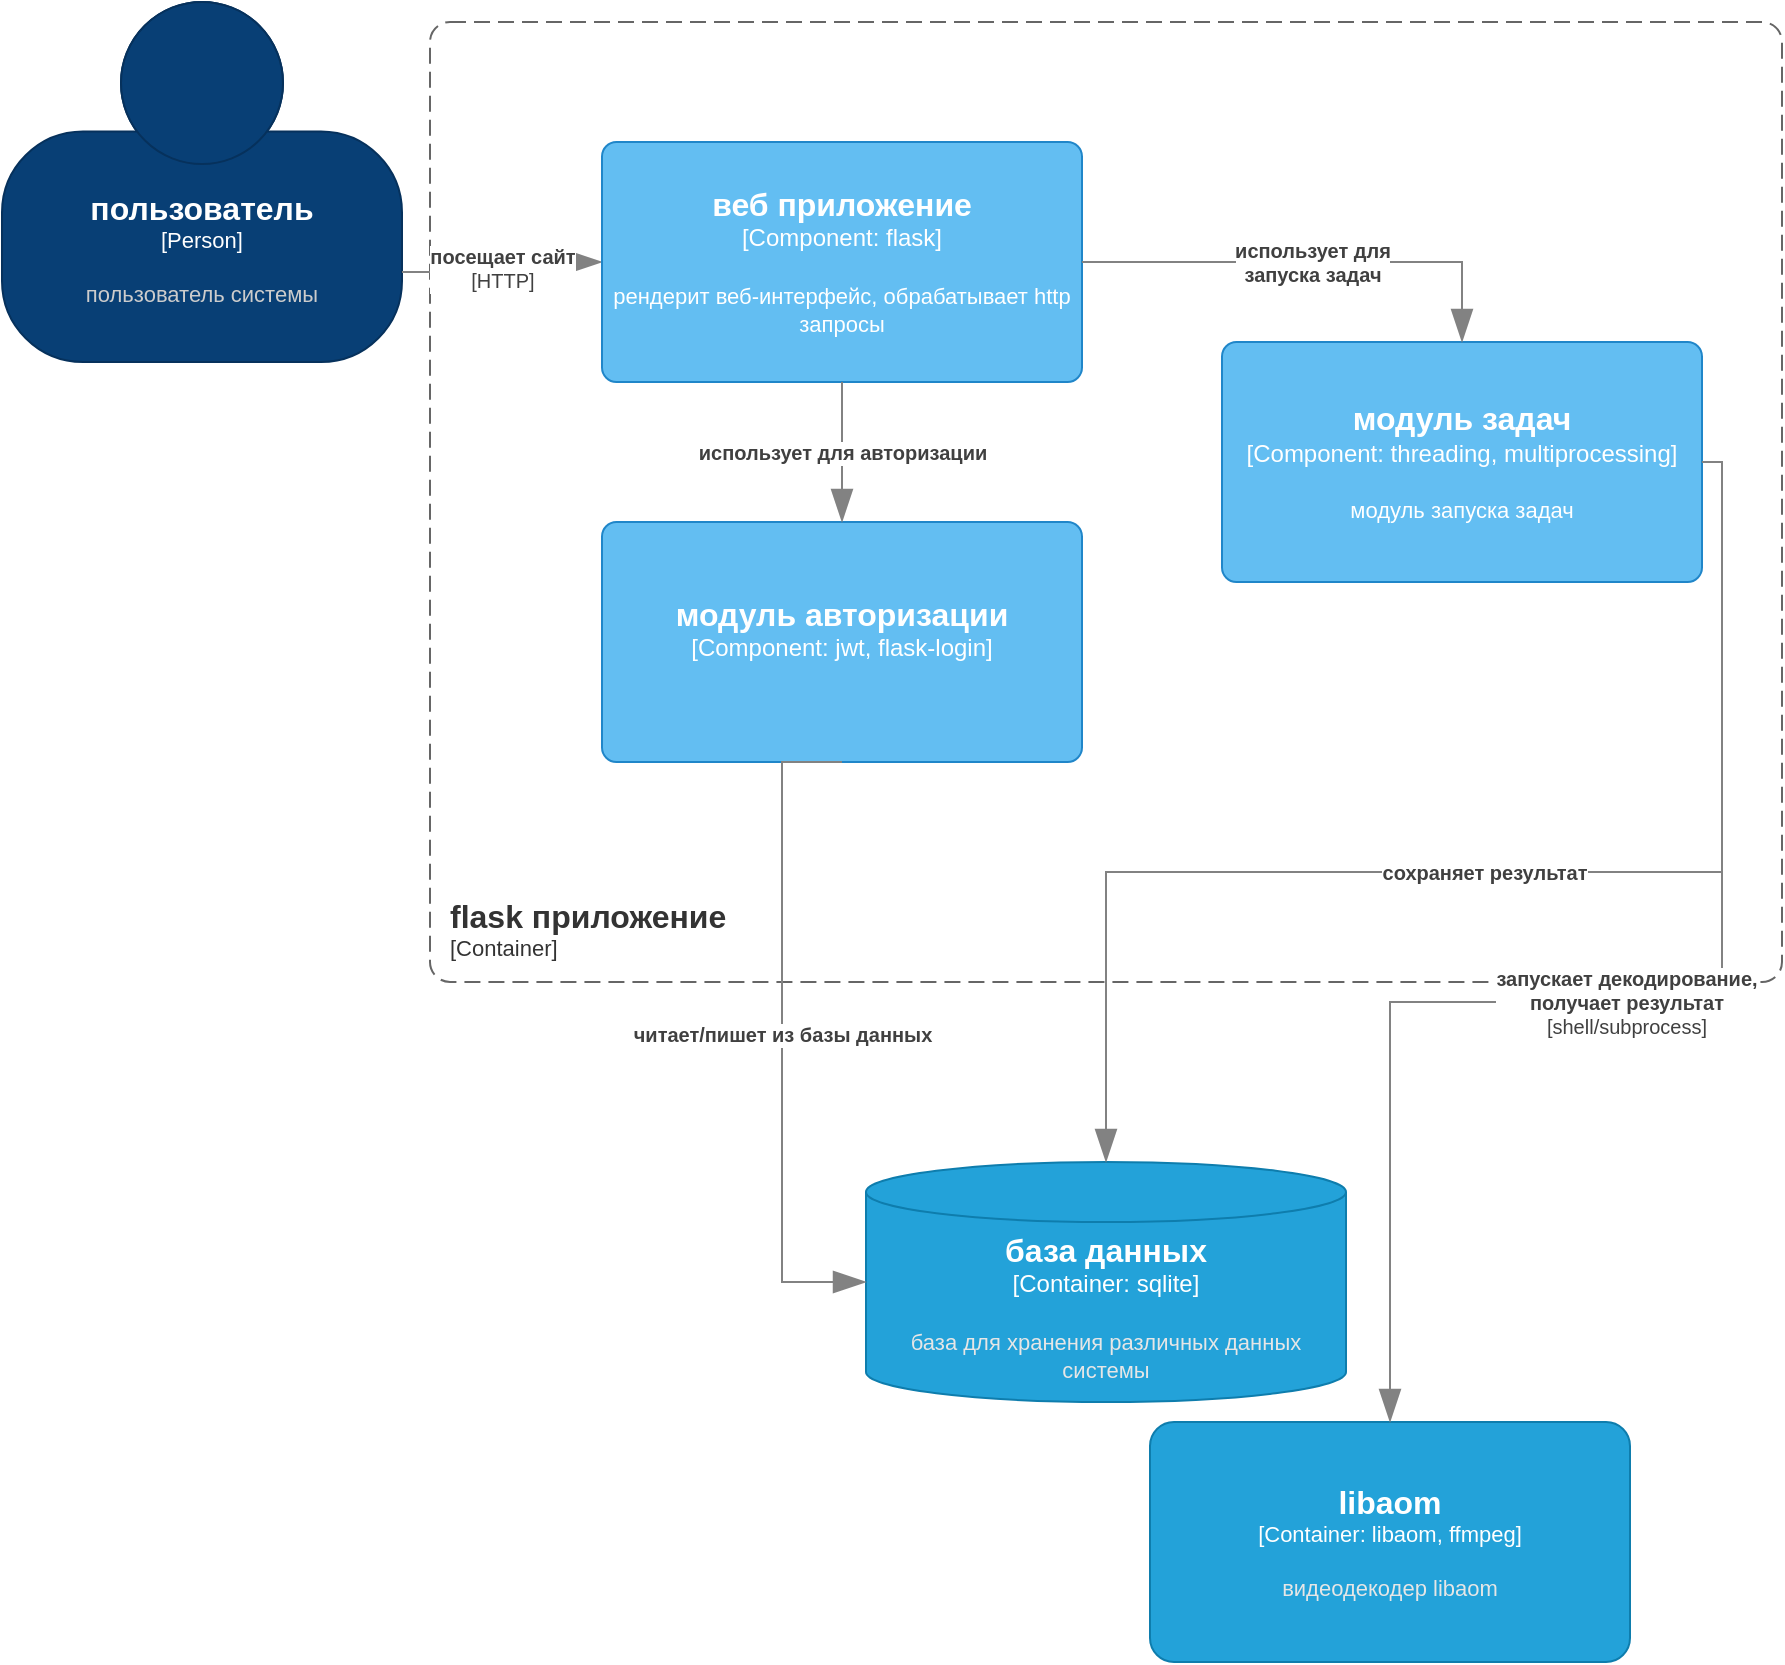
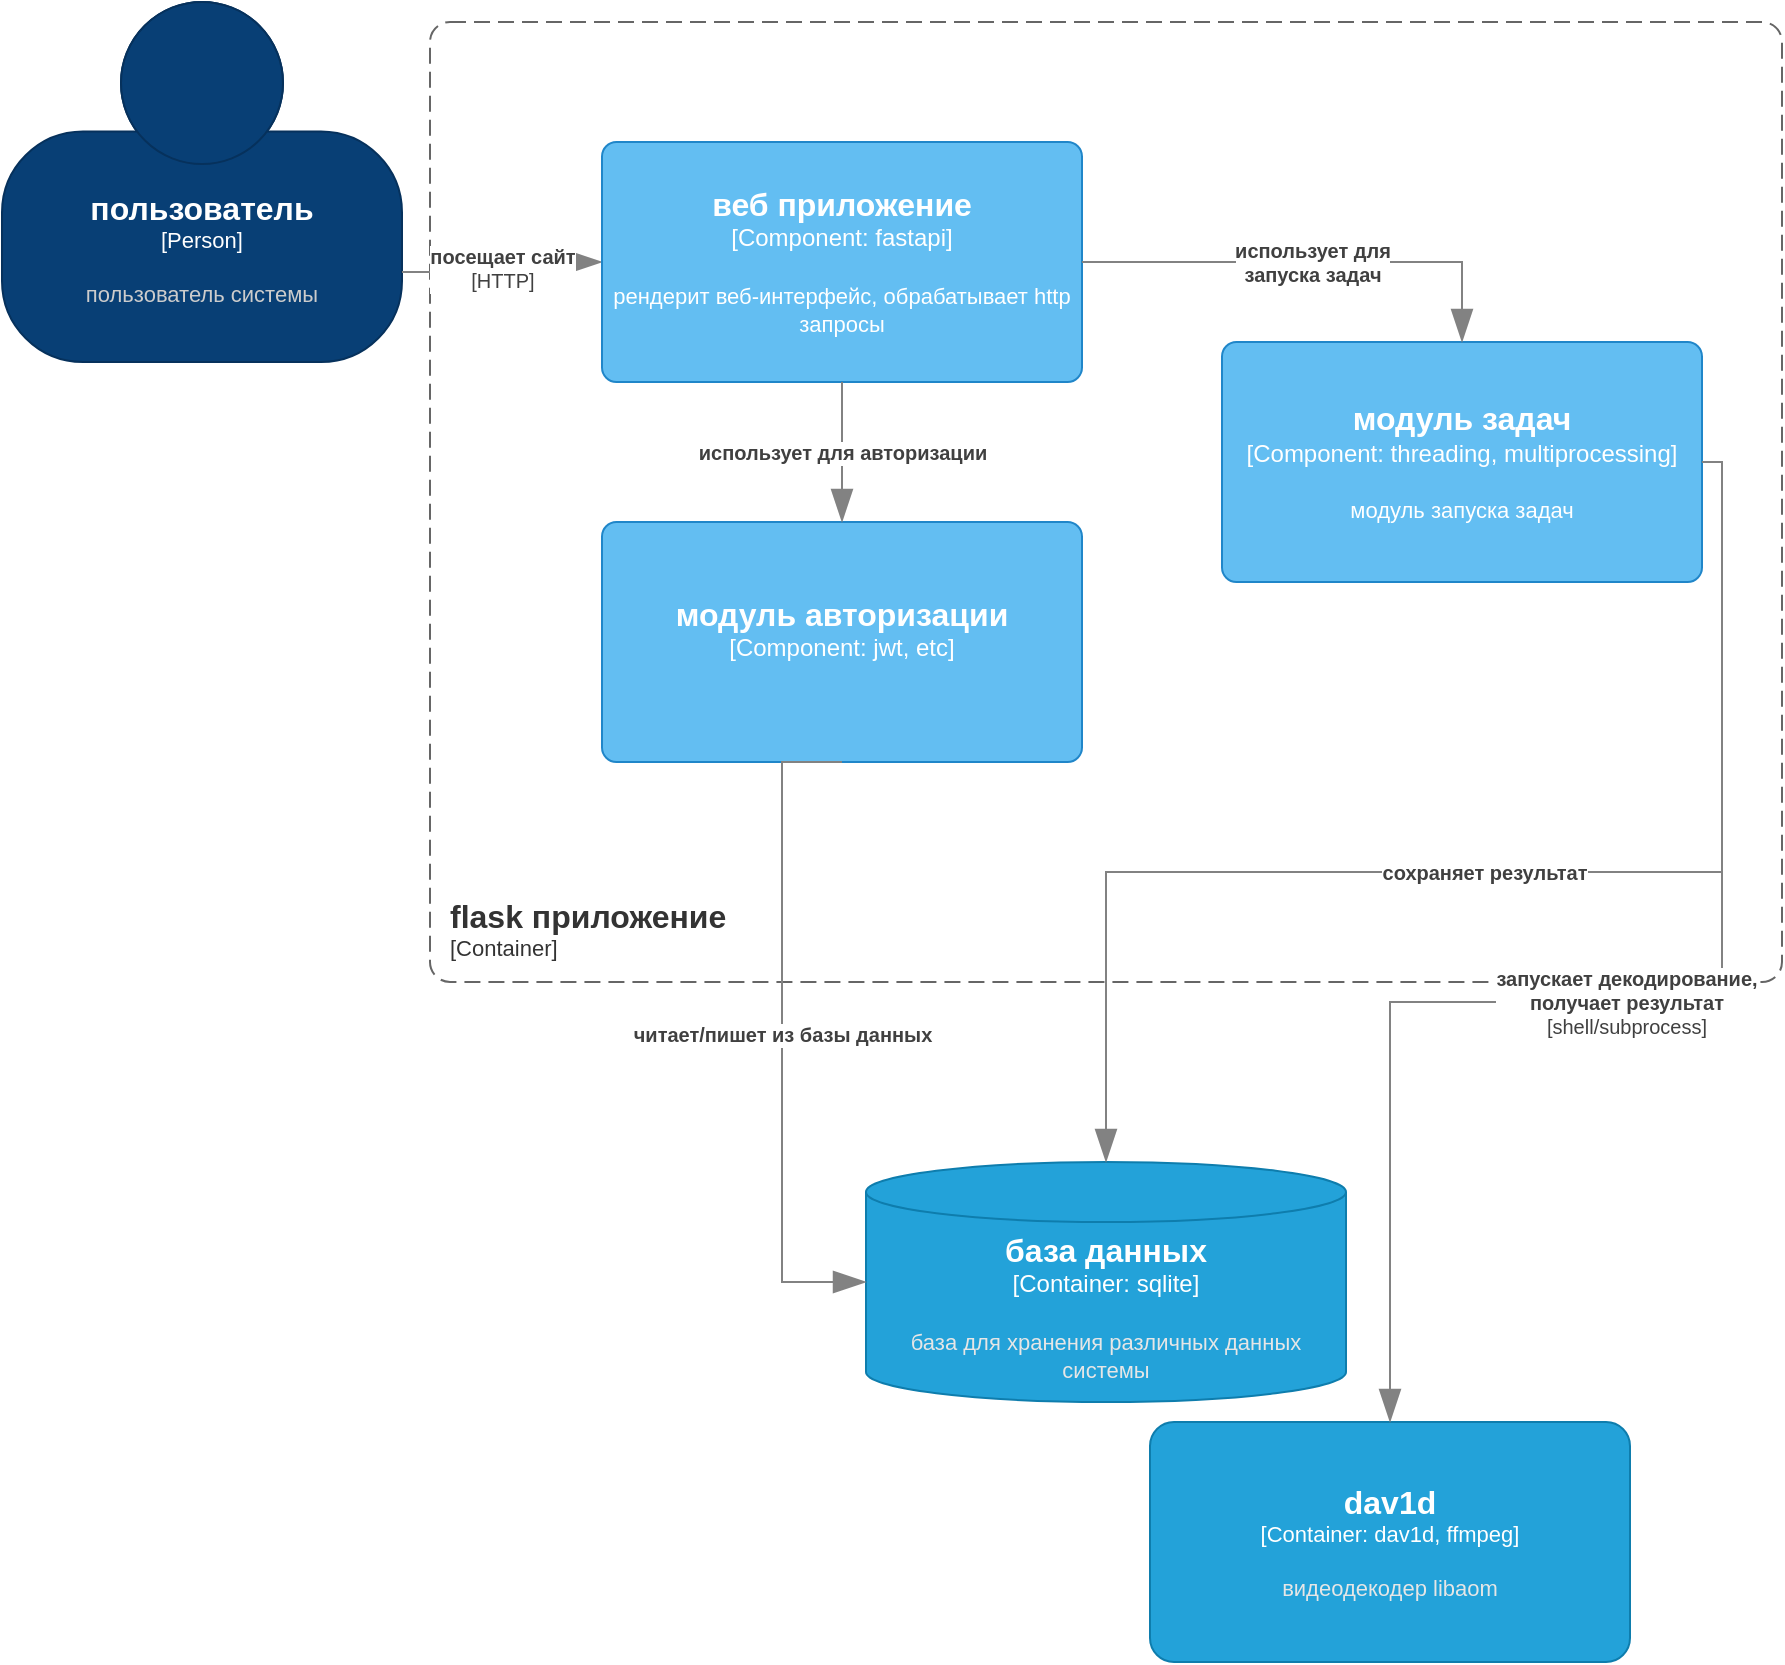
- <mxfile host="app.diagrams.net" agent="Mozilla/5.0 (Windows NT 10.0; Win64; x64) AppleWebKit/537.36 (KHTML, like Gecko) Chrome/145.0.0.0 Safari/537.36" version="29.3.4">
+ <mxfile host="app.diagrams.net" agent="Mozilla/5.0 (Windows NT 10.0; Win64; x64) AppleWebKit/537.36 (KHTML, like Gecko) Chrome/147.0.0.0 Safari/537.36" version="29.6.6">
  <diagram name="Страница-1" id="lh1dXVC356xB1uO-R6Ya">
-     <mxGraphModel dx="1351" dy="816" grid="1" gridSize="10" guides="1" tooltips="1" connect="1" arrows="1" fold="1" page="1" pageScale="1" pageWidth="827" pageHeight="1169" math="0" shadow="0">
+     <mxGraphModel dx="1678" dy="884" grid="1" gridSize="10" guides="1" tooltips="1" connect="1" arrows="1" fold="1" page="1" pageScale="1" pageWidth="827" pageHeight="1169" math="0" shadow="0">
      <root>
        <mxCell id="0" />
        <mxCell id="1" parent="0" />
        <object placeholders="1" c4Name="пользователь" c4Type="Person" c4Description="пользователь системы" label="&lt;font style=&quot;font-size: 16px&quot;&gt;&lt;b&gt;%c4Name%&lt;/b&gt;&lt;/font&gt;&lt;div&gt;[%c4Type%]&lt;/div&gt;&lt;br&gt;&lt;div&gt;&lt;font style=&quot;font-size: 11px&quot;&gt;&lt;font color=&quot;#cccccc&quot;&gt;%c4Description%&lt;/font&gt;&lt;/div&gt;" id="Dc7rgNuDn8Pa5G2e8k_j-1">
          <mxCell parent="1" style="html=1;fontSize=11;dashed=0;whiteSpace=wrap;fillColor=#083F75;strokeColor=#06315C;fontColor=#ffffff;shape=mxgraph.c4.person2;align=center;metaEdit=1;points=[[0.5,0,0],[1,0.5,0],[1,0.75,0],[0.75,1,0],[0.5,1,0],[0.25,1,0],[0,0.75,0],[0,0.5,0]];resizable=0;" vertex="1">
            <mxGeometry height="180" width="200" x="80" y="70" as="geometry" />
          </mxCell>
        </object>
        <object placeholders="1" c4Name="flask приложение" c4Type="ContainerScopeBoundary" c4Application="Container" label="&lt;font style=&quot;font-size: 16px&quot;&gt;&lt;b&gt;&lt;div style=&quot;text-align: left&quot;&gt;%c4Name%&lt;/div&gt;&lt;/b&gt;&lt;/font&gt;&lt;div style=&quot;text-align: left&quot;&gt;[%c4Application%]&lt;/div&gt;" id="Dc7rgNuDn8Pa5G2e8k_j-3">
          <mxCell parent="1" style="rounded=1;fontSize=11;whiteSpace=wrap;html=1;dashed=1;arcSize=20;fillColor=none;strokeColor=#666666;fontColor=#333333;labelBackgroundColor=none;align=left;verticalAlign=bottom;labelBorderColor=none;spacingTop=0;spacing=10;dashPattern=8 4;metaEdit=1;rotatable=0;perimeter=rectanglePerimeter;noLabel=0;labelPadding=0;allowArrows=0;connectable=0;expand=0;recursiveResize=0;editable=1;pointerEvents=0;absoluteArcSize=1;points=[[0.25,0,0],[0.5,0,0],[0.75,0,0],[1,0.25,0],[1,0.5,0],[1,0.75,0],[0.75,1,0],[0.5,1,0],[0.25,1,0],[0,0.75,0],[0,0.5,0],[0,0.25,0]];" vertex="1">
            <mxGeometry height="480" width="676" x="294" y="80" as="geometry" />
          </mxCell>
        </object>
        <object placeholders="1" c4Type="Relationship" c4Technology="HTTP" c4Description="посещает сайт" label="&lt;div style=&quot;text-align: left&quot;&gt;&lt;div style=&quot;text-align: center&quot;&gt;&lt;b&gt;%c4Description%&lt;/b&gt;&lt;/div&gt;&lt;div style=&quot;text-align: center&quot;&gt;[%c4Technology%]&lt;/div&gt;&lt;/div&gt;" id="Dc7rgNuDn8Pa5G2e8k_j-5">
          <mxCell edge="1" parent="1" source="Dc7rgNuDn8Pa5G2e8k_j-1" style="endArrow=blockThin;html=1;fontSize=10;fontColor=#404040;strokeWidth=1;endFill=1;strokeColor=#828282;elbow=vertical;metaEdit=1;endSize=14;startSize=14;jumpStyle=arc;jumpSize=16;rounded=0;edgeStyle=orthogonalEdgeStyle;exitX=1;exitY=0.75;exitDx=0;exitDy=0;exitPerimeter=0;entryX=0;entryY=0.5;entryDx=0;entryDy=0;entryPerimeter=0;" target="Dc7rgNuDn8Pa5G2e8k_j-6">
            <mxGeometry relative="1" width="240" as="geometry">
              <mxPoint x="530" y="300" as="sourcePoint" />
              <mxPoint x="414" y="200" as="targetPoint" />
            </mxGeometry>
          </mxCell>
        </object>
-         <object placeholders="1" c4Name="веб приложение" c4Type="Component" c4Technology="flask" c4Description="рендерит веб-интерфейс, обрабатывает http запросы" label="&lt;font style=&quot;font-size: 16px&quot;&gt;&lt;b&gt;%c4Name%&lt;/b&gt;&lt;/font&gt;&lt;div&gt;[%c4Type%: %c4Technology%]&lt;/div&gt;&lt;br&gt;&lt;div&gt;&lt;font style=&quot;font-size: 11px&quot;&gt;%c4Description%&lt;/font&gt;&lt;/div&gt;" id="Dc7rgNuDn8Pa5G2e8k_j-6">
+         <object placeholders="1" c4Name="веб приложение" c4Type="Component" c4Technology="fastapi" c4Description="рендерит веб-интерфейс, обрабатывает http запросы" label="&lt;font style=&quot;font-size: 16px&quot;&gt;&lt;b&gt;%c4Name%&lt;/b&gt;&lt;/font&gt;&lt;div&gt;[%c4Type%: %c4Technology%]&lt;/div&gt;&lt;br&gt;&lt;div&gt;&lt;font style=&quot;font-size: 11px&quot;&gt;%c4Description%&lt;/font&gt;&lt;/div&gt;" id="Dc7rgNuDn8Pa5G2e8k_j-6">
          <mxCell parent="1" style="rounded=1;whiteSpace=wrap;html=1;labelBackgroundColor=none;fillColor=#63BEF2;fontColor=#ffffff;align=center;arcSize=6;strokeColor=#2086C9;metaEdit=1;resizable=0;points=[[0.25,0,0],[0.5,0,0],[0.75,0,0],[1,0.25,0],[1,0.5,0],[1,0.75,0],[0.75,1,0],[0.5,1,0],[0.25,1,0],[0,0.75,0],[0,0.5,0],[0,0.25,0]];" vertex="1">
            <mxGeometry height="120" width="240" x="380" y="140" as="geometry" />
          </mxCell>
        </object>
-         <object placeholders="1" c4Name="модуль авторизации" c4Type="Component" c4Technology="jwt, flask-login" c4Description="" label="&lt;font style=&quot;font-size: 16px&quot;&gt;&lt;b&gt;%c4Name%&lt;/b&gt;&lt;/font&gt;&lt;div&gt;[%c4Type%: %c4Technology%]&lt;/div&gt;&lt;br&gt;&lt;div&gt;&lt;font style=&quot;font-size: 11px&quot;&gt;%c4Description%&lt;/font&gt;&lt;/div&gt;" id="Dc7rgNuDn8Pa5G2e8k_j-8">
+         <object placeholders="1" c4Name="модуль авторизации" c4Type="Component" c4Technology="jwt, etc" c4Description="" label="&lt;font style=&quot;font-size: 16px&quot;&gt;&lt;b&gt;%c4Name%&lt;/b&gt;&lt;/font&gt;&lt;div&gt;[%c4Type%: %c4Technology%]&lt;/div&gt;&lt;br&gt;&lt;div&gt;&lt;font style=&quot;font-size: 11px&quot;&gt;%c4Description%&lt;/font&gt;&lt;/div&gt;" id="Dc7rgNuDn8Pa5G2e8k_j-8">
          <mxCell parent="1" style="rounded=1;whiteSpace=wrap;html=1;labelBackgroundColor=none;fillColor=#63BEF2;fontColor=#ffffff;align=center;arcSize=6;strokeColor=#2086C9;metaEdit=1;resizable=0;points=[[0.25,0,0],[0.5,0,0],[0.75,0,0],[1,0.25,0],[1,0.5,0],[1,0.75,0],[0.75,1,0],[0.5,1,0],[0.25,1,0],[0,0.75,0],[0,0.5,0],[0,0.25,0]];" vertex="1">
            <mxGeometry height="120" width="240" x="380" y="330" as="geometry" />
          </mxCell>
        </object>
        <object placeholders="1" c4Name="модуль задач" c4Type="Component" c4Technology="threading, multiprocessing" c4Description="модуль запуска задач" label="&lt;font style=&quot;font-size: 16px&quot;&gt;&lt;b&gt;%c4Name%&lt;/b&gt;&lt;/font&gt;&lt;div&gt;[%c4Type%: %c4Technology%]&lt;/div&gt;&lt;br&gt;&lt;div&gt;&lt;font style=&quot;font-size: 11px&quot;&gt;%c4Description%&lt;/font&gt;&lt;/div&gt;" id="Dc7rgNuDn8Pa5G2e8k_j-9">
          <mxCell parent="1" style="rounded=1;whiteSpace=wrap;html=1;labelBackgroundColor=none;fillColor=#63BEF2;fontColor=#ffffff;align=center;arcSize=6;strokeColor=#2086C9;metaEdit=1;resizable=0;points=[[0.25,0,0],[0.5,0,0],[0.75,0,0],[1,0.25,0],[1,0.5,0],[1,0.75,0],[0.75,1,0],[0.5,1,0],[0.25,1,0],[0,0.75,0],[0,0.5,0],[0,0.25,0]];" vertex="1">
            <mxGeometry height="120" width="240" x="690" y="240" as="geometry" />
          </mxCell>
        </object>
-         <object placeholders="1" c4Name="libaom" c4Type="Container" c4Technology="libaom, ffmpeg" c4Description="видеодекодер libaom" label="&lt;font style=&quot;font-size: 16px&quot;&gt;&lt;b&gt;%c4Name%&lt;/b&gt;&lt;/font&gt;&lt;div&gt;[%c4Type%: %c4Technology%]&lt;/div&gt;&lt;br&gt;&lt;div&gt;&lt;font style=&quot;font-size: 11px&quot;&gt;&lt;font color=&quot;#E6E6E6&quot;&gt;%c4Description%&lt;/font&gt;&lt;/div&gt;" id="Dc7rgNuDn8Pa5G2e8k_j-10">
+         <object placeholders="1" c4Name="dav1d" c4Type="Container" c4Technology="dav1d, ffmpeg" c4Description="видеодекодер libaom" label="&lt;font style=&quot;font-size: 16px&quot;&gt;&lt;b&gt;%c4Name%&lt;/b&gt;&lt;/font&gt;&lt;div&gt;[%c4Type%: %c4Technology%]&lt;/div&gt;&lt;br&gt;&lt;div&gt;&lt;font style=&quot;font-size: 11px&quot;&gt;&lt;font color=&quot;#E6E6E6&quot;&gt;%c4Description%&lt;/font&gt;&lt;/div&gt;" id="Dc7rgNuDn8Pa5G2e8k_j-10">
          <mxCell parent="1" style="rounded=1;whiteSpace=wrap;html=1;fontSize=11;labelBackgroundColor=none;fillColor=#23A2D9;fontColor=#ffffff;align=center;arcSize=10;strokeColor=#0E7DAD;metaEdit=1;resizable=0;points=[[0.25,0,0],[0.5,0,0],[0.75,0,0],[1,0.25,0],[1,0.5,0],[1,0.75,0],[0.75,1,0],[0.5,1,0],[0.25,1,0],[0,0.75,0],[0,0.5,0],[0,0.25,0]];" vertex="1">
            <mxGeometry height="120" width="240" x="654" y="780" as="geometry" />
          </mxCell>
        </object>
        <object placeholders="1" c4Name="база данных" c4Type="Container" c4Technology="sqlite" c4Description="база для хранения различных данных системы" label="&lt;font style=&quot;font-size: 16px&quot;&gt;&lt;b&gt;%c4Name%&lt;/b&gt;&lt;/font&gt;&lt;div&gt;[%c4Type%:&amp;nbsp;%c4Technology%]&lt;/div&gt;&lt;br&gt;&lt;div&gt;&lt;font style=&quot;font-size: 11px&quot;&gt;&lt;font color=&quot;#E6E6E6&quot;&gt;%c4Description%&lt;/font&gt;&lt;/div&gt;" id="Dc7rgNuDn8Pa5G2e8k_j-11">
          <mxCell parent="1" style="shape=cylinder3;size=15;whiteSpace=wrap;html=1;boundedLbl=1;rounded=0;labelBackgroundColor=none;fillColor=#23A2D9;fontSize=12;fontColor=#ffffff;align=center;strokeColor=#0E7DAD;metaEdit=1;points=[[0.5,0,0],[1,0.25,0],[1,0.5,0],[1,0.75,0],[0.5,1,0],[0,0.75,0],[0,0.5,0],[0,0.25,0]];resizable=0;" vertex="1">
            <mxGeometry height="120" width="240" x="512" y="650" as="geometry" />
          </mxCell>
        </object>
        <object placeholders="1" c4Type="Relationship" c4Technology="shell/subprocess" c4Description="запускает декодирование,&#xa;получает результат" label="&lt;div style=&quot;text-align: left&quot;&gt;&lt;div style=&quot;text-align: center&quot;&gt;&lt;b&gt;%c4Description%&lt;/b&gt;&lt;/div&gt;&lt;div style=&quot;text-align: center&quot;&gt;[%c4Technology%]&lt;/div&gt;&lt;/div&gt;" id="Dc7rgNuDn8Pa5G2e8k_j-12">
          <mxCell edge="1" parent="1" source="Dc7rgNuDn8Pa5G2e8k_j-9" style="endArrow=blockThin;html=1;fontSize=10;fontColor=#404040;strokeWidth=1;endFill=1;strokeColor=#828282;elbow=vertical;metaEdit=1;endSize=14;startSize=14;jumpStyle=arc;jumpSize=16;rounded=0;edgeStyle=orthogonalEdgeStyle;exitX=1;exitY=0.5;exitDx=0;exitDy=0;exitPerimeter=0;entryX=0.5;entryY=0;entryDx=0;entryDy=0;entryPerimeter=0;" target="Dc7rgNuDn8Pa5G2e8k_j-10">
            <mxGeometry relative="1" width="240" as="geometry">
              <mxPoint x="950" y="380" as="sourcePoint" />
              <mxPoint x="1190" y="380" as="targetPoint" />
            </mxGeometry>
          </mxCell>
        </object>
        <object placeholders="1" c4Type="Relationship" c4Description="сохраняет результат" label="&lt;div style=&quot;text-align: left&quot;&gt;&lt;div style=&quot;text-align: center&quot;&gt;&lt;b&gt;%c4Description%&lt;/b&gt;&lt;/div&gt;" id="Dc7rgNuDn8Pa5G2e8k_j-13">
          <mxCell edge="1" parent="1" source="Dc7rgNuDn8Pa5G2e8k_j-9" style="endArrow=blockThin;html=1;fontSize=10;fontColor=#404040;strokeWidth=1;endFill=1;strokeColor=#828282;elbow=vertical;metaEdit=1;endSize=14;startSize=14;jumpStyle=arc;jumpSize=16;rounded=0;edgeStyle=orthogonalEdgeStyle;exitX=1;exitY=0.5;exitDx=0;exitDy=0;exitPerimeter=0;entryX=0.5;entryY=0;entryDx=0;entryDy=0;entryPerimeter=0;" target="Dc7rgNuDn8Pa5G2e8k_j-11">
            <mxGeometry relative="1" width="240" as="geometry">
              <mxPoint x="950" y="380" as="sourcePoint" />
              <mxPoint x="1190" y="380" as="targetPoint" />
            </mxGeometry>
          </mxCell>
        </object>
        <object placeholders="1" c4Type="Relationship" c4Description="использует для авторизации" label="&lt;div style=&quot;text-align: left&quot;&gt;&lt;div style=&quot;text-align: center&quot;&gt;&lt;b&gt;%c4Description%&lt;/b&gt;&lt;/div&gt;" id="Dc7rgNuDn8Pa5G2e8k_j-14">
          <mxCell edge="1" parent="1" source="Dc7rgNuDn8Pa5G2e8k_j-6" style="endArrow=blockThin;html=1;fontSize=10;fontColor=#404040;strokeWidth=1;endFill=1;strokeColor=#828282;elbow=vertical;metaEdit=1;endSize=14;startSize=14;jumpStyle=arc;jumpSize=16;rounded=0;edgeStyle=orthogonalEdgeStyle;exitX=0.5;exitY=1;exitDx=0;exitDy=0;exitPerimeter=0;entryX=0.5;entryY=0;entryDx=0;entryDy=0;entryPerimeter=0;" target="Dc7rgNuDn8Pa5G2e8k_j-8">
            <mxGeometry relative="1" width="240" as="geometry">
              <mxPoint x="710" y="360" as="sourcePoint" />
              <mxPoint x="950" y="360" as="targetPoint" />
            </mxGeometry>
          </mxCell>
        </object>
        <object placeholders="1" c4Type="Relationship" c4Description="использует для &#xa;запуска задач" label="&lt;div style=&quot;text-align: left&quot;&gt;&lt;div style=&quot;text-align: center&quot;&gt;&lt;b&gt;%c4Description%&lt;/b&gt;&lt;/div&gt;" id="Dc7rgNuDn8Pa5G2e8k_j-15">
          <mxCell edge="1" parent="1" source="Dc7rgNuDn8Pa5G2e8k_j-6" style="endArrow=blockThin;html=1;fontSize=10;fontColor=#404040;strokeWidth=1;endFill=1;strokeColor=#828282;elbow=vertical;metaEdit=1;endSize=14;startSize=14;jumpStyle=arc;jumpSize=16;rounded=0;edgeStyle=orthogonalEdgeStyle;exitX=1;exitY=0.5;exitDx=0;exitDy=0;exitPerimeter=0;entryX=0.5;entryY=0;entryDx=0;entryDy=0;entryPerimeter=0;" target="Dc7rgNuDn8Pa5G2e8k_j-9">
            <mxGeometry relative="1" width="240" as="geometry">
              <mxPoint x="710" y="360" as="sourcePoint" />
              <mxPoint x="950" y="360" as="targetPoint" />
            </mxGeometry>
          </mxCell>
        </object>
        <object placeholders="1" c4Type="Relationship" c4Description="читает/пишет из базы данных" label="&lt;div style=&quot;text-align: left&quot;&gt;&lt;div style=&quot;text-align: center&quot;&gt;&lt;b&gt;%c4Description%&lt;/b&gt;&lt;/div&gt;" id="Dc7rgNuDn8Pa5G2e8k_j-18">
          <mxCell edge="1" parent="1" source="Dc7rgNuDn8Pa5G2e8k_j-8" style="endArrow=blockThin;html=1;fontSize=10;fontColor=#404040;strokeWidth=1;endFill=1;strokeColor=#828282;elbow=vertical;metaEdit=1;endSize=14;startSize=14;jumpStyle=arc;jumpSize=16;rounded=0;edgeStyle=orthogonalEdgeStyle;exitX=0.5;exitY=1;exitDx=0;exitDy=0;exitPerimeter=0;entryX=0;entryY=0.5;entryDx=0;entryDy=0;entryPerimeter=0;" target="Dc7rgNuDn8Pa5G2e8k_j-11">
            <mxGeometry relative="1" width="240" as="geometry">
              <Array as="points">
                <mxPoint x="470" y="450" />
                <mxPoint x="470" y="710" />
              </Array>
              <mxPoint x="640" y="540" as="sourcePoint" />
              <mxPoint x="880" y="540" as="targetPoint" />
            </mxGeometry>
          </mxCell>
        </object>
      </root>
    </mxGraphModel>
  </diagram>
</mxfile>
